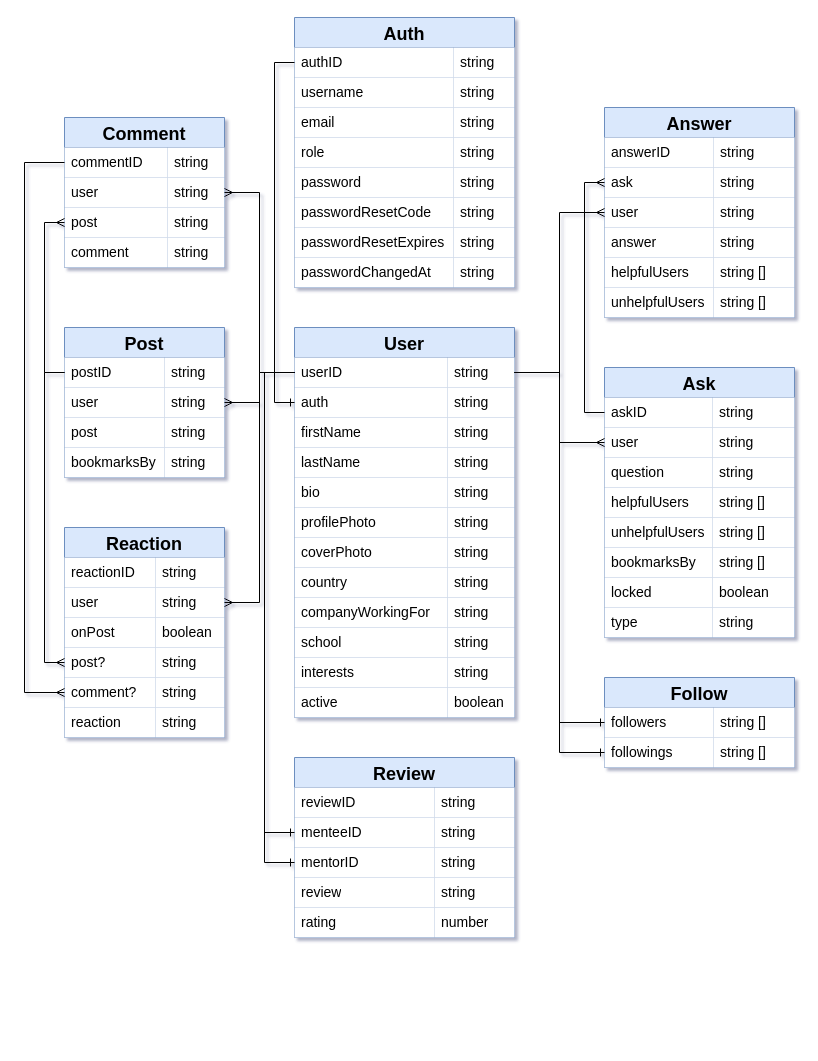
Earlier version of the draw.io diagram server/arch/Graduation project DB Modeling.drawio (alyQamar/buslah). Source tidied: cells renumbered, new cells numbered last; positions are measured from the earlier drawing's top-left corner, leaving out a move shared by most shapes. Both pictures are drawn from the tidied source at 100%, with x=0, y=0 at pixel (24, 17).
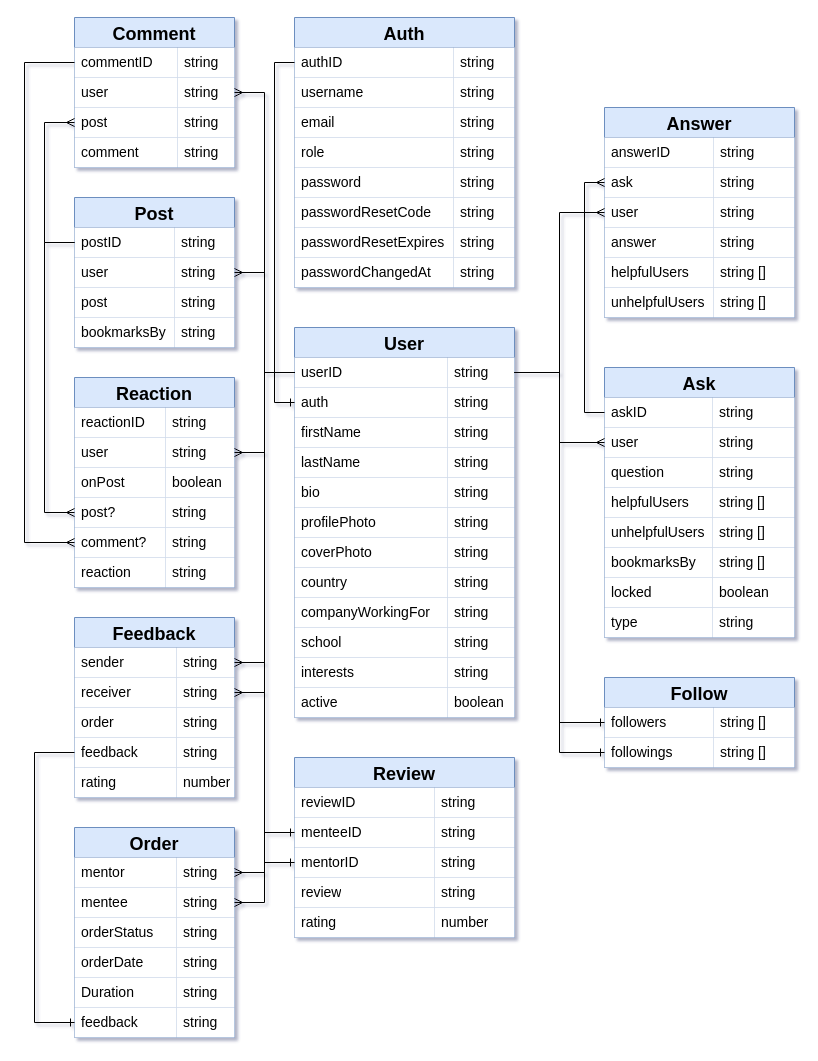
The same diagram, later.

Commit message (it also covers changes not shown here):
Enhanced Database Diagrams

The change refers to these unchanged cells:
```xml
<mxCell id="85" style="shape=tableRow;horizontal=0;startSize=0;swimlaneHead=0;swimlaneBody=0;strokeColor=inherit;top=0;left=0;bottom=0;right=0;fillColor=none;points=[[0,0.5],[1,0.5]];portConstraint=eastwest;" parent="84" vertex="1">
  <mxGeometry y="30" width="220" height="30" as="geometry" />
</mxCell>
```

What changed in the source:
```diff
@@
     <mxCell id="46" value="Comment" style="shape=table;startSize=30;childLayout=tableLayout;fillColor=#dae8fc;strokeColor=#6c8ebf;fontStyle=1;fontSize=18;" parent="1" vertex="1">
-      <mxGeometry x="40" y="100" width="160" height="150" as="geometry" />
+      <mxGeometry x="50" width="160" height="150" as="geometry" />
     </mxCell>
@@
     <mxCell id="121" value="Post" style="shape=table;startSize=30;childLayout=tableLayout;fillColor=#dae8fc;strokeColor=#6c8ebf;fontStyle=1;fontSize=18;" parent="1" vertex="1">
-      <mxGeometry x="40" y="310" width="160" height="150" as="geometry" />
+      <mxGeometry x="50" y="180" width="160" height="150" as="geometry" />
     </mxCell>
@@
     <mxCell id="157" value="Reaction" style="shape=table;startSize=30;childLayout=tableLayout;fillColor=#dae8fc;strokeColor=#6c8ebf;fontStyle=1;fontSize=18;" parent="1" vertex="1">
-      <mxGeometry x="40" y="510" width="160" height="210" as="geometry" />
+      <mxGeometry x="50" y="360" width="160" height="210" as="geometry" />
     </mxCell>
@@
+    <mxCell id="190" value="Feedback" style="shape=table;startSize=30;childLayout=tableLayout;fillColor=#dae8fc;strokeColor=#6c8ebf;fontStyle=1;fontSize=18;" parent="1" vertex="1">
+      <mxGeometry x="50" y="600" width="160" height="180" as="geometry" />
+    </mxCell>
+    <mxCell id="191" style="shape=tableRow;horizontal=0;startSize=0;swimlaneHead=0;swimlaneBody=0;strokeColor=inherit;top=0;left=0;bottom=0;right=0;fillColor=none;" parent="190" vertex="1">
+      <mxGeometry y="30" width="160" height="30" as="geometry" />
+    </mxCell>
+    <mxCell id="192" value="sender" style="shape=partialRectangle;html=1;whiteSpace=wrap;strokeColor=inherit;overflow=hidden;fillColor=default;top=0;left=0;bottom=0;right=0;align=left;fontSize=14;spacingLeft=5;" parent="191" vertex="1">
+      <mxGeometry width="102" height="30" as="geometry" />
+    </mxCell>
+    <mxCell id="193" value="string" style="shape=partialRectangle;html=1;whiteSpace=wrap;strokeColor=inherit;overflow=hidden;fillColor=default;top=0;left=0;bottom=0;right=0;align=left;fontSize=14;spacingLeft=5;" parent="191" vertex="1">
+      <mxGeometry x="102" width="58" height="30" as="geometry" />
+    </mxCell>
+    <mxCell id="194" style="shape=tableRow;horizontal=0;startSize=0;swimlaneHead=0;swimlaneBody=0;strokeColor=inherit;top=0;left=0;bottom=0;right=0;fillColor=none;points=[[0,0.5],[1,0.5]];portConstraint=eastwest;" parent="190" vertex="1">
+      <mxGeometry y="60" width="160" height="30" as="geometry" />
+    </mxCell>
+    <mxCell id="195" value="receiver" style="shape=partialRectangle;html=1;whiteSpace=wrap;strokeColor=inherit;overflow=hidden;fillColor=default;top=0;left=0;bottom=0;right=0;align=left;fontSize=14;spacingLeft=5;" parent="194" vertex="1">
+      <mxGeometry width="102" height="30" as="geometry" />
+    </mxCell>
+    <mxCell id="196" value="string" style="shape=partialRectangle;html=1;whiteSpace=wrap;strokeColor=inherit;overflow=hidden;fillColor=default;top=0;left=0;bottom=0;right=0;align=left;fontSize=14;spacingLeft=5;" parent="194" vertex="1">
+      <mxGeometry x="102" width="58" height="30" as="geometry" />
+    </mxCell>
+    <mxCell id="197" style="shape=tableRow;horizontal=0;startSize=0;swimlaneHead=0;swimlaneBody=0;strokeColor=inherit;top=0;left=0;bottom=0;right=0;fillColor=none;" parent="190" vertex="1">
+      <mxGeometry y="90" width="160" height="30" as="geometry" />
+    </mxCell>
+    <mxCell id="198" value="order" style="shape=partialRectangle;html=1;whiteSpace=wrap;strokeColor=inherit;overflow=hidden;fillColor=default;top=0;left=0;bottom=0;right=0;align=left;fontSize=14;spacingLeft=5;" parent="197" vertex="1">
+      <mxGeometry width="102" height="30" as="geometry" />
+    </mxCell>
+    <mxCell id="199" value="string" style="shape=partialRectangle;html=1;whiteSpace=wrap;strokeColor=inherit;overflow=hidden;fillColor=default;top=0;left=0;bottom=0;right=0;align=left;fontSize=14;spacingLeft=5;" parent="197" vertex="1">
+      <mxGeometry x="102" width="58" height="30" as="geometry" />
+    </mxCell>
+    <mxCell id="200" style="shape=tableRow;horizontal=0;startSize=0;swimlaneHead=0;swimlaneBody=0;strokeColor=inherit;top=0;left=0;bottom=0;right=0;fillColor=none;points=[[0,0.5],[1,0.5]];portConstraint=eastwest;" parent="190" vertex="1">
+      <mxGeometry y="120" width="160" height="30" as="geometry" />
+    </mxCell>
+    <mxCell id="201" value="feedback" style="shape=partialRectangle;html=1;whiteSpace=wrap;strokeColor=inherit;overflow=hidden;fillColor=default;top=0;left=0;bottom=0;right=0;align=left;fontSize=14;spacingLeft=5;" parent="200" vertex="1">
+      <mxGeometry width="102" height="30" as="geometry" />
+    </mxCell>
+    <mxCell id="202" value="string" style="shape=partialRectangle;html=1;whiteSpace=wrap;strokeColor=inherit;overflow=hidden;fillColor=default;top=0;left=0;bottom=0;right=0;align=left;fontSize=14;spacingLeft=5;" parent="200" vertex="1">
+      <mxGeometry x="102" width="58" height="30" as="geometry" />
+    </mxCell>
+    <mxCell id="203" style="shape=tableRow;horizontal=0;startSize=0;swimlaneHead=0;swimlaneBody=0;strokeColor=inherit;top=0;left=0;bottom=0;right=0;fillColor=none;" parent="190" vertex="1">
+      <mxGeometry y="150" width="160" height="30" as="geometry" />
+    </mxCell>
+    <mxCell id="204" value="rating" style="shape=partialRectangle;html=1;whiteSpace=wrap;strokeColor=inherit;overflow=hidden;fillColor=default;top=0;left=0;bottom=0;right=0;align=left;fontSize=14;spacingLeft=5;" parent="203" vertex="1">
+      <mxGeometry width="102" height="30" as="geometry" />
+    </mxCell>
+    <mxCell id="205" value="number" style="shape=partialRectangle;html=1;whiteSpace=wrap;strokeColor=inherit;overflow=hidden;fillColor=default;top=0;left=0;bottom=0;right=0;align=left;fontSize=14;spacingLeft=5;" parent="203" vertex="1">
+      <mxGeometry x="102" width="58" height="30" as="geometry" />
+    </mxCell>
+    <mxCell id="206" value="Order" style="shape=table;startSize=30;childLayout=tableLayout;fillColor=#dae8fc;strokeColor=#6c8ebf;fontStyle=1;fontSize=18;" parent="1" vertex="1">
+      <mxGeometry x="50" y="810" width="160" height="210" as="geometry" />
+    </mxCell>
+    <mxCell id="207" style="shape=tableRow;horizontal=0;startSize=0;swimlaneHead=0;swimlaneBody=0;strokeColor=inherit;top=0;left=0;bottom=0;right=0;fillColor=none;points=[[0,0.5],[1,0.5]];portConstraint=eastwest;" parent="206" vertex="1">
+      <mxGeometry y="30" width="160" height="30" as="geometry" />
+    </mxCell>
+    <mxCell id="208" value="mentor" style="shape=partialRectangle;html=1;whiteSpace=wrap;strokeColor=inherit;overflow=hidden;fillColor=default;top=0;left=0;bottom=0;right=0;align=left;fontSize=14;spacingLeft=5;" parent="207" vertex="1">
+      <mxGeometry width="102" height="30" as="geometry" />
+    </mxCell>
+    <mxCell id="209" value="string" style="shape=partialRectangle;html=1;whiteSpace=wrap;strokeColor=inherit;overflow=hidden;fillColor=default;top=0;left=0;bottom=0;right=0;align=left;fontSize=14;spacingLeft=5;" parent="207" vertex="1">
+      <mxGeometry x="102" width="58" height="30" as="geometry" />
+    </mxCell>
+    <mxCell id="210" style="shape=tableRow;horizontal=0;startSize=0;swimlaneHead=0;swimlaneBody=0;strokeColor=inherit;top=0;left=0;bottom=0;right=0;fillColor=none;points=[[0,0.5],[1,0.5]];portConstraint=eastwest;" parent="206" vertex="1">
+      <mxGeometry y="60" width="160" height="30" as="geometry" />
+    </mxCell>
+    <mxCell id="211" value="mentee" style="shape=partialRectangle;html=1;whiteSpace=wrap;strokeColor=inherit;overflow=hidden;fillColor=default;top=0;left=0;bottom=0;right=0;align=left;fontSize=14;spacingLeft=5;" parent="210" vertex="1">
+      <mxGeometry width="102" height="30" as="geometry" />
+    </mxCell>
+    <mxCell id="212" value="string" style="shape=partialRectangle;html=1;whiteSpace=wrap;strokeColor=inherit;overflow=hidden;fillColor=default;top=0;left=0;bottom=0;right=0;align=left;fontSize=14;spacingLeft=5;" parent="210" vertex="1">
+      <mxGeometry x="102" width="58" height="30" as="geometry" />
+    </mxCell>
+    <mxCell id="213" style="shape=tableRow;horizontal=0;startSize=0;swimlaneHead=0;swimlaneBody=0;strokeColor=inherit;top=0;left=0;bottom=0;right=0;fillColor=none;" parent="206" vertex="1">
+      <mxGeometry y="90" width="160" height="30" as="geometry" />
+    </mxCell>
+    <mxCell id="214" value="orderStatus" style="shape=partialRectangle;html=1;whiteSpace=wrap;strokeColor=inherit;overflow=hidden;fillColor=default;top=0;left=0;bottom=0;right=0;align=left;fontSize=14;spacingLeft=5;" parent="213" vertex="1">
+      <mxGeometry width="102" height="30" as="geometry" />
+    </mxCell>
+    <mxCell id="215" value="string" style="shape=partialRectangle;html=1;whiteSpace=wrap;strokeColor=inherit;overflow=hidden;fillColor=default;top=0;left=0;bottom=0;right=0;align=left;fontSize=14;spacingLeft=5;" parent="213" vertex="1">
+      <mxGeometry x="102" width="58" height="30" as="geometry" />
+    </mxCell>
+    <mxCell id="216" style="shape=tableRow;horizontal=0;startSize=0;swimlaneHead=0;swimlaneBody=0;strokeColor=inherit;top=0;left=0;bottom=0;right=0;fillColor=none;" parent="206" vertex="1">
+      <mxGeometry y="120" width="160" height="30" as="geometry" />
+    </mxCell>
+    <mxCell id="217" value="orderDate" style="shape=partialRectangle;html=1;whiteSpace=wrap;strokeColor=inherit;overflow=hidden;fillColor=default;top=0;left=0;bottom=0;right=0;align=left;fontSize=14;spacingLeft=5;" parent="216" vertex="1">
+      <mxGeometry width="102" height="30" as="geometry" />
+    </mxCell>
+    <mxCell id="218" value="string" style="shape=partialRectangle;html=1;whiteSpace=wrap;strokeColor=inherit;overflow=hidden;fillColor=default;top=0;left=0;bottom=0;right=0;align=left;fontSize=14;spacingLeft=5;" parent="216" vertex="1">
+      <mxGeometry x="102" width="58" height="30" as="geometry" />
+    </mxCell>
+    <mxCell id="219" style="shape=tableRow;horizontal=0;startSize=0;swimlaneHead=0;swimlaneBody=0;strokeColor=inherit;top=0;left=0;bottom=0;right=0;fillColor=none;" parent="206" vertex="1">
+      <mxGeometry y="150" width="160" height="30" as="geometry" />
+    </mxCell>
+    <mxCell id="220" value="Duration" style="shape=partialRectangle;html=1;whiteSpace=wrap;strokeColor=inherit;overflow=hidden;fillColor=default;top=0;left=0;bottom=0;right=0;align=left;fontSize=14;spacingLeft=5;" parent="219" vertex="1">
+      <mxGeometry width="102" height="30" as="geometry" />
+    </mxCell>
+    <mxCell id="221" value="string" style="shape=partialRectangle;html=1;whiteSpace=wrap;strokeColor=inherit;overflow=hidden;fillColor=default;top=0;left=0;bottom=0;right=0;align=left;fontSize=14;spacingLeft=5;" parent="219" vertex="1">
+      <mxGeometry x="102" width="58" height="30" as="geometry" />
+    </mxCell>
+    <mxCell id="222" style="shape=tableRow;horizontal=0;startSize=0;swimlaneHead=0;swimlaneBody=0;strokeColor=inherit;top=0;left=0;bottom=0;right=0;fillColor=none;points=[[0,0.5],[1,0.5]];portConstraint=eastwest;" parent="206" vertex="1">
+      <mxGeometry y="180" width="160" height="30" as="geometry" />
+    </mxCell>
+    <mxCell id="223" value="feedback" style="shape=partialRectangle;html=1;whiteSpace=wrap;strokeColor=inherit;overflow=hidden;fillColor=default;top=0;left=0;bottom=0;right=0;align=left;fontSize=14;spacingLeft=5;" parent="222" vertex="1">
+      <mxGeometry width="102" height="30" as="geometry" />
+    </mxCell>
+    <mxCell id="224" value="string" style="shape=partialRectangle;html=1;whiteSpace=wrap;strokeColor=inherit;overflow=hidden;fillColor=default;top=0;left=0;bottom=0;right=0;align=left;fontSize=14;spacingLeft=5;" parent="222" vertex="1">
+      <mxGeometry x="102" width="58" height="30" as="geometry" />
+    </mxCell>
+    <mxCell id="225" style="edgeStyle=elbowEdgeStyle;fontSize=12;html=1;endArrow=ERone;endFill=1;rounded=0;exitX=0;exitY=0.5;exitDx=0;exitDy=0;entryX=0;entryY=0.5;entryDx=0;entryDy=0;" parent="1" edge="1" source="200" target="222">
+      <mxGeometry relative="1" as="geometry">
+        <Array as="points">
+          <mxPoint x="10" y="880" />
+        </Array>
+      </mxGeometry>
+    </mxCell>
+    <mxCell id="226" style="edgeStyle=elbowEdgeStyle;fontSize=12;html=1;endArrow=ERmany;rounded=0;exitX=0;exitY=0.5;exitDx=0;exitDy=0;entryX=1;entryY=0.5;entryDx=0;entryDy=0;" parent="1" edge="1" source="85" target="210">
+      <mxGeometry relative="1" as="geometry">
+        <Array as="points">
+          <mxPoint x="240" y="630" />
+        </Array>
+      </mxGeometry>
+    </mxCell>
+    <mxCell id="227" style="edgeStyle=elbowEdgeStyle;fontSize=12;html=1;endArrow=ERmany;rounded=0;exitX=0;exitY=0.5;exitDx=0;exitDy=0;entryX=1;entryY=0.5;entryDx=0;entryDy=0;" parent="1" edge="1" source="85" target="194">
+      <mxGeometry relative="1" as="geometry">
+        <Array as="points">
+          <mxPoint x="240" y="520" />
+        </Array>
+      </mxGeometry>
+    </mxCell>
+    <mxCell id="228" style="edgeStyle=elbowEdgeStyle;fontSize=12;html=1;endArrow=ERmany;rounded=0;exitX=0;exitY=0.5;exitDx=0;exitDy=0;entryX=1;entryY=0.5;entryDx=0;entryDy=0;" parent="1" edge="1" source="85" target="207">
+      <mxGeometry relative="1" as="geometry">
+        <Array as="points">
+          <mxPoint x="240" y="610" />
+        </Array>
+      </mxGeometry>
+    </mxCell>
+    <mxCell id="229" style="edgeStyle=elbowEdgeStyle;fontSize=12;html=1;endArrow=ERmany;rounded=0;exitX=0;exitY=0.5;exitDx=0;exitDy=0;entryX=1;entryY=0.25;entryDx=0;entryDy=0;" parent="1" edge="1" source="85" target="190">
+      <mxGeometry relative="1" as="geometry">
+        <Array as="points">
+          <mxPoint x="240" y="500" />
+        </Array>
+      </mxGeometry>
+    </mxCell>
```
